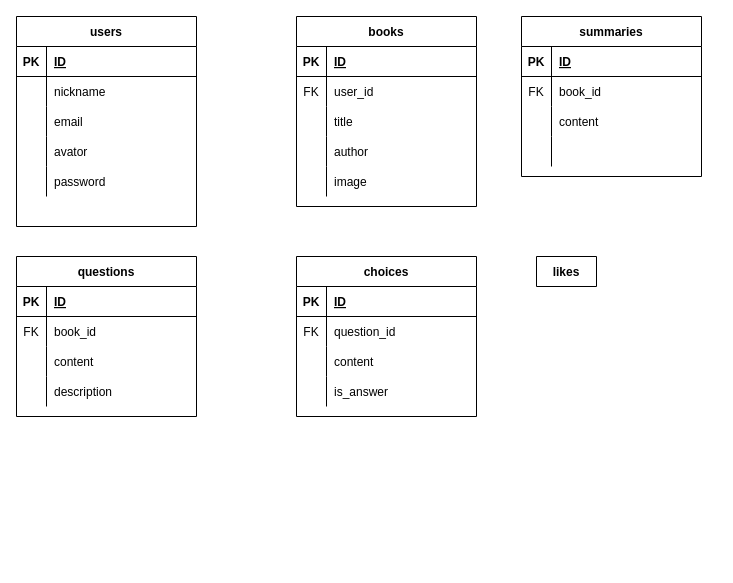
The draw.io diagram book-summary-quiz.dio in KoshiOkuma/book-summary-quiz, before the edit. Source tidied: cells renumbered, new cells numbered last; positions are measured from the earlier drawing's top-left corner, leaving out a move shared by most shapes. Both pictures are drawn from the tidied source at 100%, with x=0, y=0 at pixel (16, 16).
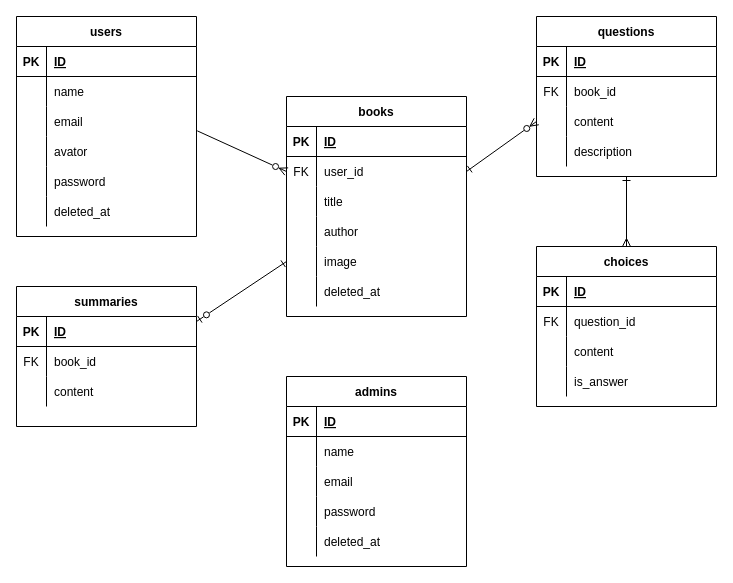
Above is the later version.

Commit message (it also covers changes not shown here):
ER図完成、READMEプレビュー

The change refers to these unchanged cells:
```xml
<mxCell id="6" style="shape=partialRectangle;fillColor=none;top=0;left=0;bottom=0;right=0;" parent="2" vertex="1">
  <mxGeometry y="60" width="180" height="30" as="geometry" />
</mxCell>
<mxCell id="9" style="shape=partialRectangle;fillColor=none;top=0;left=0;bottom=0;right=0;points=[[0,0.5],[1,0.5]];portConstraint=eastwest;" parent="2" vertex="1">
  <mxGeometry y="90" width="180" height="30" as="geometry" />
</mxCell>
<mxCell id="38" style="shape=partialRectangle;fillColor=none;top=0;left=0;bottom=0;right=0;points=[[0,0.5],[1,0.5]];portConstraint=eastwest;" parent="31" vertex="1">
  <mxGeometry y="90" width="180" height="30" as="geometry" />
</mxCell>
<mxCell id="48" style="shape=partialRectangle;fillColor=none;top=0;left=0;bottom=0;right=0;points=[[0,0.5],[1,0.5]];portConstraint=eastwest;" parent="44" vertex="1">
  <mxGeometry y="60" width="180" height="30" as="geometry" />
</mxCell>
<mxCell id="57" style="shape=partialRectangle;fillColor=none;top=0;left=0;bottom=0;right=0;points=[[0,0.5],[1,0.5]];portConstraint=eastwest;" parent="44" vertex="1">
  <mxGeometry y="150" width="180" height="30" as="geometry" />
</mxCell>
```

The edit, as a diff of the source:
```diff
@@
     <mxCell id="2" value="users" style="shape=table;startSize=30;childLayout=tableLayout;rowLines=0;fontStyle=1;align=center;" parent="1" vertex="1">
-      <mxGeometry width="180" height="210" as="geometry" />
+      <mxGeometry width="180" height="220" as="geometry" />
     </mxCell>
@@
-    <mxCell id="8" value="nickname" style="shape=partialRectangle;fillColor=none;top=0;left=0;bottom=0;right=0;align=left;spacingLeft=6;overflow=hidden;" parent="6" vertex="1">
+    <mxCell id="8" value="name" style="shape=partialRectangle;fillColor=none;top=0;left=0;bottom=0;right=0;align=left;spacingLeft=6;overflow=hidden;" parent="6" vertex="1">
       <mxGeometry x="30" width="150" height="30" as="geometry" />
     </mxCell>
@@
+    <mxCell id="74" style="shape=partialRectangle;fillColor=none;top=0;left=0;bottom=0;right=0;" parent="2" vertex="1">
+      <mxGeometry y="180" width="180" height="30" as="geometry" />
+    </mxCell>
+    <mxCell id="75" style="shape=partialRectangle;fillColor=none;top=0;left=0;bottom=0;right=0;overflow=hidden;" parent="74" vertex="1">
+      <mxGeometry width="30" height="30" as="geometry" />
+    </mxCell>
+    <mxCell id="76" value="deleted_at" style="shape=partialRectangle;fillColor=none;top=0;left=0;bottom=0;right=0;align=left;spacingLeft=6;overflow=hidden;" parent="74" vertex="1">
+      <mxGeometry x="30" width="150" height="30" as="geometry" />
+    </mxCell>
     <mxCell id="18" value="choices" style="shape=table;startSize=30;childLayout=tableLayout;rowLines=0;fontStyle=1;align=center;" parent="1" vertex="1">
-      <mxGeometry x="280" y="240" width="180" height="160" as="geometry" />
+      <mxGeometry x="520" y="230" width="180" height="160" as="geometry" />
     </mxCell>
@@
+    <mxCell id="77" style="edgeStyle=none;html=1;startArrow=ERone;startFill=0;endArrow=ERmany;endFill=0;entryX=0.5;entryY=0;entryDx=0;entryDy=0;" parent="1" edge="1" source="31" target="18">
+      <mxGeometry relative="1" as="geometry" />
+    </mxCell>
     <mxCell id="31" value="questions" style="shape=table;startSize=30;childLayout=tableLayout;rowLines=0;fontStyle=1;align=center;" parent="1" vertex="1">
-      <mxGeometry y="240" width="180" height="160" as="geometry" />
+      <mxGeometry x="520" width="180" height="160" as="geometry" />
     </mxCell>
@@
     <mxCell id="44" value="books" style="shape=table;startSize=30;childLayout=tableLayout;rowLines=0;fontStyle=1;align=center;" parent="1" vertex="1">
-      <mxGeometry x="280" width="180" height="190" as="geometry" />
+      <mxGeometry x="270" y="80" width="180" height="220" as="geometry" />
     </mxCell>
@@
-    <mxCell id="60" value="likes" style="shape=table;startSize=30;childLayout=tableLayout;rowLines=0;fontStyle=1;align=center;" parent="1" vertex="1" collapsed="1">
-      <mxGeometry x="520" y="240" width="60" height="30" as="geometry" />
-    </mxCell>
+    <mxCell id="78" style="shape=partialRectangle;fillColor=none;top=0;left=0;bottom=0;right=0;" parent="44" vertex="1">
+      <mxGeometry y="180" width="180" height="30" as="geometry" />
+    </mxCell>
+    <mxCell id="79" style="shape=partialRectangle;fillColor=none;top=0;left=0;bottom=0;right=0;overflow=hidden;" parent="78" vertex="1">
+      <mxGeometry width="30" height="30" as="geometry" />
+    </mxCell>
+    <mxCell id="80" value="deleted_at" style="shape=partialRectangle;fillColor=none;top=0;left=0;bottom=0;right=0;align=left;spacingLeft=6;overflow=hidden;" parent="78" vertex="1">
+      <mxGeometry x="30" width="150" height="30" as="geometry" />
+    </mxCell>
     <mxCell id="61" value="summaries" style="shape=table;startSize=30;childLayout=tableLayout;rowLines=0;fontStyle=1;align=center;" parent="1" vertex="1">
-      <mxGeometry x="505" width="180" height="160" as="geometry" />
+      <mxGeometry y="270" width="180" height="140" as="geometry" />
     </mxCell>
@@
+    <mxCell id="81" style="edgeStyle=none;html=1;exitX=0;exitY=0.5;exitDx=0;exitDy=0;entryX=1.004;entryY=0.811;entryDx=0;entryDy=0;entryPerimeter=0;endArrow=none;endFill=0;startArrow=ERzeroToMany;startFill=0;" parent="1" edge="1" source="48" target="9">
+      <mxGeometry relative="1" as="geometry" />
+    </mxCell>
+    <mxCell id="82" style="edgeStyle=none;html=1;entryX=0;entryY=0.5;entryDx=0;entryDy=0;startArrow=ERzeroToOne;startFill=0;endArrow=ERone;endFill=0;exitX=1;exitY=0.25;exitDx=0;exitDy=0;" parent="1" edge="1" source="61" target="57">
+      <mxGeometry relative="1" as="geometry" />
+    </mxCell>
+    <mxCell id="83" style="edgeStyle=none;html=1;exitX=1;exitY=0.5;exitDx=0;exitDy=0;startArrow=ERone;startFill=0;endArrow=ERzeroToMany;endFill=0;entryX=0;entryY=0.5;entryDx=0;entryDy=0;" parent="1" edge="1" source="48" target="38">
+      <mxGeometry relative="1" as="geometry" />
+    </mxCell>
+    <mxCell id="84" value="admins" style="shape=table;startSize=30;childLayout=tableLayout;rowLines=0;fontStyle=1;align=center;" parent="1" vertex="1">
+      <mxGeometry x="270" y="360" width="180" height="190" as="geometry" />
+    </mxCell>
+    <mxCell id="85" style="shape=partialRectangle;fillColor=none;top=0;left=0;bottom=1;right=0;" parent="84" vertex="1">
+      <mxGeometry y="30" width="180" height="30" as="geometry" />
+    </mxCell>
+    <mxCell id="86" value="PK" style="shape=partialRectangle;fillColor=none;top=0;left=0;bottom=0;right=0;fontStyle=1;overflow=hidden;" parent="85" vertex="1">
+      <mxGeometry width="30" height="30" as="geometry" />
+    </mxCell>
+    <mxCell id="87" value="ID" style="shape=partialRectangle;fillColor=none;top=0;left=0;bottom=0;right=0;align=left;spacingLeft=6;fontStyle=5;overflow=hidden;" parent="85" vertex="1">
+      <mxGeometry x="30" width="150" height="30" as="geometry" />
+    </mxCell>
+    <mxCell id="88" style="shape=partialRectangle;fillColor=none;top=0;left=0;bottom=0;right=0;" parent="84" vertex="1">
+      <mxGeometry y="60" width="180" height="30" as="geometry" />
+    </mxCell>
+    <mxCell id="89" style="shape=partialRectangle;fillColor=none;top=0;left=0;bottom=0;right=0;overflow=hidden;" parent="88" vertex="1">
+      <mxGeometry width="30" height="30" as="geometry" />
+    </mxCell>
+    <mxCell id="90" value="name" style="shape=partialRectangle;fillColor=none;top=0;left=0;bottom=0;right=0;align=left;spacingLeft=6;overflow=hidden;" parent="88" vertex="1">
+      <mxGeometry x="30" width="150" height="30" as="geometry" />
+    </mxCell>
+    <mxCell id="91" style="shape=partialRectangle;fillColor=none;top=0;left=0;bottom=0;right=0;" parent="84" vertex="1">
+      <mxGeometry y="90" width="180" height="30" as="geometry" />
+    </mxCell>
+    <mxCell id="92" style="shape=partialRectangle;fillColor=none;top=0;left=0;bottom=0;right=0;overflow=hidden;" parent="91" vertex="1">
+      <mxGeometry width="30" height="30" as="geometry" />
+    </mxCell>
+    <mxCell id="93" value="email" style="shape=partialRectangle;fillColor=none;top=0;left=0;bottom=0;right=0;align=left;spacingLeft=6;overflow=hidden;" parent="91" vertex="1">
+      <mxGeometry x="30" width="150" height="30" as="geometry" />
+    </mxCell>
-    <mxCell id="71" style="shape=partialRectangle;fillColor=none;top=0;left=0;bottom=0;right=0;" parent="61" vertex="1">
+    <mxCell id="71" style="shape=partialRectangle;fillColor=none;top=0;left=0;bottom=0;right=0;" parent="84" vertex="1">
       <mxGeometry y="120" width="180" height="30" as="geometry" />
     </mxCell>
-    <mxCell id="72" style="shape=partialRectangle;fillColor=none;top=0;left=0;bottom=0;right=0;overflow=hidden;" parent="71" vertex="1">
-      <mxGeometry width="30" height="30" as="geometry" />
-    </mxCell>
-    <mxCell id="73" style="shape=partialRectangle;fillColor=none;top=0;left=0;bottom=0;right=0;align=left;spacingLeft=6;overflow=hidden;" parent="71" vertex="1">
-      <mxGeometry x="30" width="150" height="30" as="geometry" />
-    </mxCell>
+    <mxCell id="94" style="shape=partialRectangle;fillColor=none;top=0;left=0;bottom=0;right=0;overflow=hidden;" parent="71" vertex="1">
+      <mxGeometry width="30" height="30" as="geometry" />
+    </mxCell>
+    <mxCell id="95" value="password" style="shape=partialRectangle;fillColor=none;top=0;left=0;bottom=0;right=0;align=left;spacingLeft=6;overflow=hidden;" parent="71" vertex="1">
+      <mxGeometry x="30" width="150" height="30" as="geometry" />
+    </mxCell>
+    <mxCell id="96" style="shape=partialRectangle;fillColor=none;top=0;left=0;bottom=0;right=0;" parent="84" vertex="1">
+      <mxGeometry y="150" width="180" height="30" as="geometry" />
+    </mxCell>
+    <mxCell id="97" style="shape=partialRectangle;fillColor=none;top=0;left=0;bottom=0;right=0;overflow=hidden;" parent="96" vertex="1">
+      <mxGeometry width="30" height="30" as="geometry" />
+    </mxCell>
+    <mxCell id="98" value="deleted_at" style="shape=partialRectangle;fillColor=none;top=0;left=0;bottom=0;right=0;align=left;spacingLeft=6;overflow=hidden;" parent="96" vertex="1">
+      <mxGeometry x="30" width="150" height="30" as="geometry" />
+    </mxCell>
```
